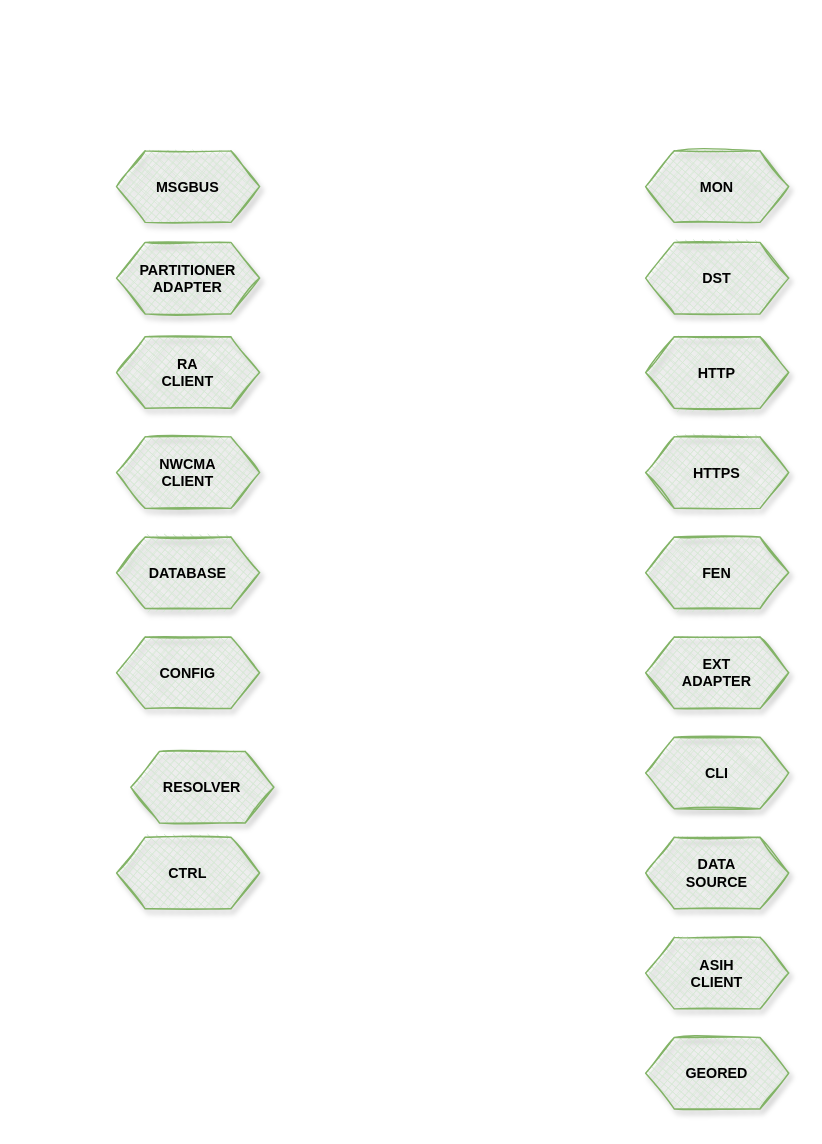
The draw.io diagram page "第 3 页" (3 of 4) of http_server.drawio in SunLucc/Test, before the edit. Source tidied: cells renumbered, new cells numbered last; positions are measured from the earlier drawing's top-left corner, leaving out a move shared by most shapes. Both pictures are drawn from the tidied source at 143%, with x=0, y=0 at pixel (116, 150).
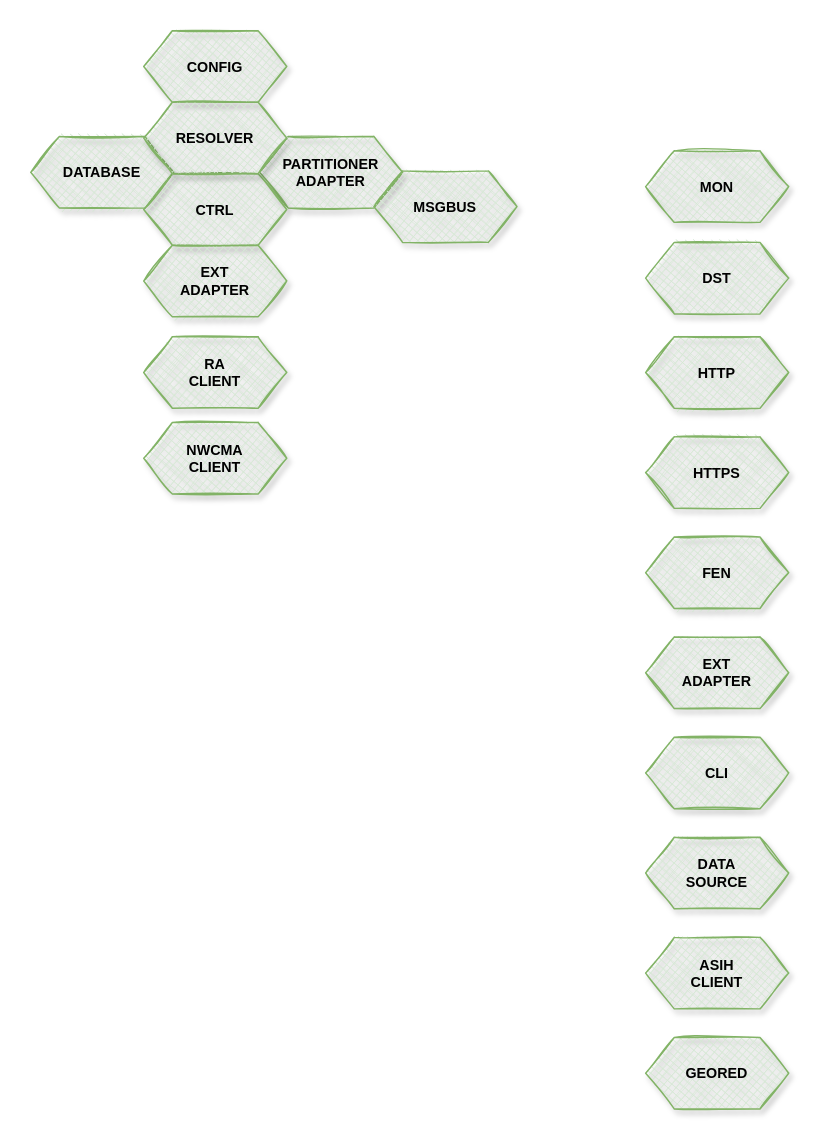
The same diagram, later.

The edit, as a diff of the source:
```diff
@@
     <mxCell id="3" value="&lt;b style=&quot;font-size: 10px;&quot;&gt;DATABASE&lt;/b&gt;" style="shape=hexagon;perimeter=hexagonPerimeter2;whiteSpace=wrap;html=1;fixedSize=1;fillStyle=cross-hatch;fillColor=#d5e8d4;strokeColor=#82b366;fontSize=10;rounded=0;shadow=1;sketch=1;" parent="1" vertex="1">
-      <mxGeometry y="270" width="100" height="50" as="geometry" />
+      <mxGeometry x="-60" y="-10" width="100" height="50" as="geometry" />
     </mxCell>
     <mxCell id="4" value="&lt;b style=&quot;font-size: 10px;&quot;&gt;CONFIG&lt;/b&gt;" style="shape=hexagon;perimeter=hexagonPerimeter2;whiteSpace=wrap;html=1;fixedSize=1;fillStyle=cross-hatch;fillColor=#d5e8d4;strokeColor=#82b366;fontSize=10;rounded=0;shadow=1;sketch=1;" parent="1" vertex="1">
-      <mxGeometry y="340" width="100" height="50" as="geometry" />
+      <mxGeometry x="19" y="-84" width="100" height="50" as="geometry" />
     </mxCell>
@@
     <mxCell id="6" value="&lt;b style=&quot;font-size: 10px;&quot;&gt;&lt;font style=&quot;font-size: 10px;&quot;&gt;PARTITIONER&lt;br style=&quot;font-size: 10px;&quot;&gt;ADAPTER&lt;br style=&quot;font-size: 10px;&quot;&gt;&lt;/font&gt;&lt;/b&gt;" style="shape=hexagon;perimeter=hexagonPerimeter2;whiteSpace=wrap;html=1;fixedSize=1;fillStyle=cross-hatch;fillColor=#d5e8d4;strokeColor=#82b366;fontSize=10;rounded=0;shadow=1;sketch=1;" parent="1" vertex="1">
-      <mxGeometry y="64" width="100" height="50" as="geometry" />
+      <mxGeometry x="100" y="-10" width="100" height="50" as="geometry" />
     </mxCell>
     <mxCell id="7" value="&lt;b style=&quot;font-size: 10px;&quot;&gt;CTRL&lt;/b&gt;" style="shape=hexagon;perimeter=hexagonPerimeter2;whiteSpace=wrap;html=1;fixedSize=1;fillStyle=cross-hatch;fillColor=#d5e8d4;strokeColor=#82b366;fontSize=10;rounded=0;shadow=1;sketch=1;" parent="1" vertex="1">
-      <mxGeometry y="480" width="100" height="50" as="geometry" />
+      <mxGeometry x="19" y="16" width="100" height="50" as="geometry" />
     </mxCell>
@@
     <mxCell id="13" value="&lt;b style=&quot;font-size: 10px;&quot;&gt;RA&lt;br&gt;CLIENT&lt;br&gt;&lt;/b&gt;" style="shape=hexagon;perimeter=hexagonPerimeter2;whiteSpace=wrap;html=1;fixedSize=1;fillStyle=cross-hatch;fillColor=#d5e8d4;strokeColor=#82b366;fontSize=10;rounded=0;shadow=1;sketch=1;" parent="1" vertex="1">
-      <mxGeometry y="130" width="100" height="50" as="geometry" />
+      <mxGeometry x="19" y="130" width="100" height="50" as="geometry" />
     </mxCell>
     <mxCell id="14" value="&lt;b style=&quot;font-size: 10px;&quot;&gt;NWCMA&lt;br&gt;CLIENT&lt;br&gt;&lt;/b&gt;" style="shape=hexagon;perimeter=hexagonPerimeter2;whiteSpace=wrap;html=1;fixedSize=1;fillStyle=cross-hatch;fillColor=#d5e8d4;strokeColor=#82b366;fontSize=10;rounded=0;shadow=1;sketch=1;" parent="1" vertex="1">
-      <mxGeometry y="200" width="100" height="50" as="geometry" />
+      <mxGeometry x="19" y="190" width="100" height="50" as="geometry" />
     </mxCell>
@@
     <mxCell id="16" value="&lt;b style=&quot;font-size: 10px;&quot;&gt;MSGBUS&lt;br&gt;&lt;/b&gt;" style="shape=hexagon;perimeter=hexagonPerimeter2;whiteSpace=wrap;html=1;fixedSize=1;fillStyle=cross-hatch;fillColor=#d5e8d4;strokeColor=#82b366;fontSize=10;rounded=0;shadow=1;sketch=1;" parent="1" vertex="1">
-      <mxGeometry width="100" height="50" as="geometry" />
+      <mxGeometry x="180" y="14" width="100" height="50" as="geometry" />
     </mxCell>
@@
     <mxCell id="20" value="&lt;b style=&quot;font-size: 10px;&quot;&gt;RESOLVER&lt;/b&gt;" style="shape=hexagon;perimeter=hexagonPerimeter2;whiteSpace=wrap;html=1;fixedSize=1;fillStyle=cross-hatch;fillColor=#d5e8d4;strokeColor=#82b366;fontSize=10;rounded=0;shadow=1;sketch=1;" parent="1" vertex="1">
-      <mxGeometry x="10" y="420" width="100" height="50" as="geometry" />
+      <mxGeometry x="19" y="-34" width="100" height="50" as="geometry" />
     </mxCell>
+    <mxCell id="21" value="&lt;b style=&quot;font-size: 10px;&quot;&gt;EXT&lt;br&gt;ADAPTER&lt;br&gt;&lt;/b&gt;" style="shape=hexagon;perimeter=hexagonPerimeter2;whiteSpace=wrap;html=1;fixedSize=1;fillStyle=cross-hatch;fillColor=#d5e8d4;strokeColor=#82b366;fontSize=10;rounded=0;shadow=1;sketch=1;" parent="1" vertex="1">
+      <mxGeometry x="19" y="66" width="100" height="50" as="geometry" />
+    </mxCell>
```
